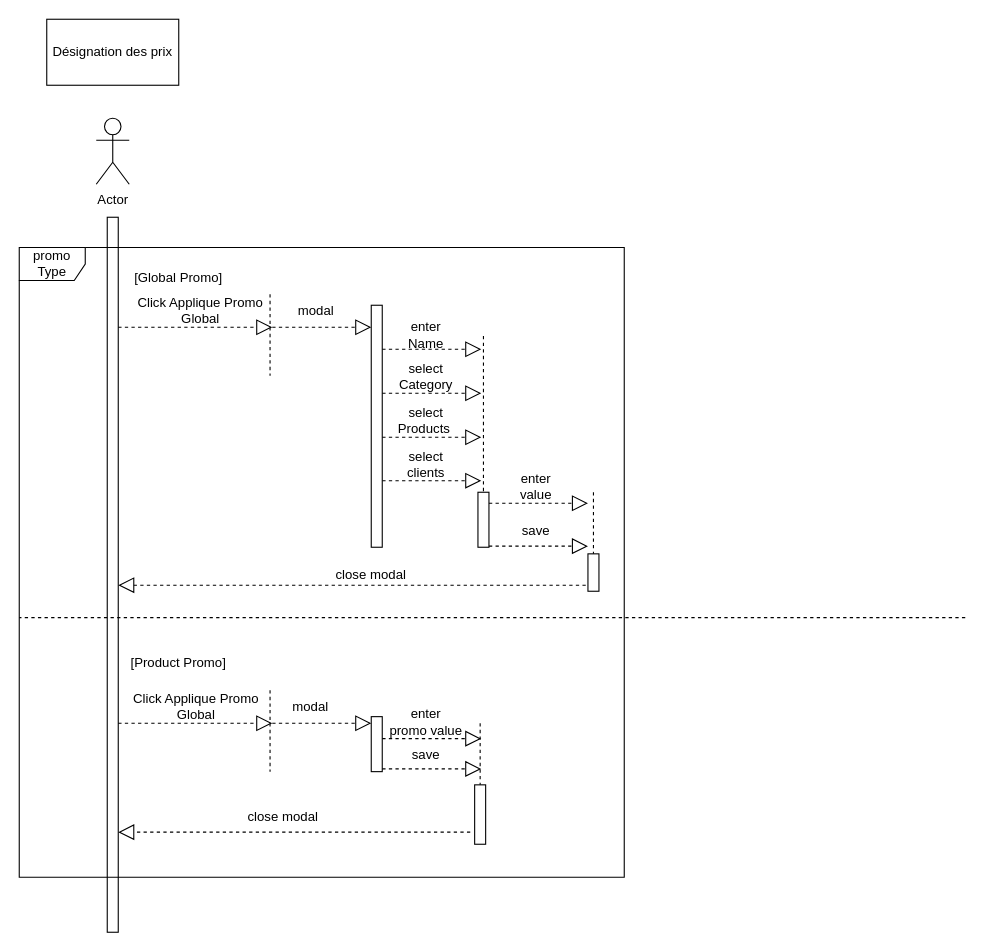
This is add identification to PrixPromo Diagram.drawio from hbenflouka/diagrames, a draw.io file, before an edit. Source tidied: cells renumbered, new cells numbered last; positions are measured from the earlier drawing's top-left corner, leaving out a move shared by most shapes. Both pictures are drawn from the tidied source at 110%, with x=0, y=0 at pixel (19, 19).
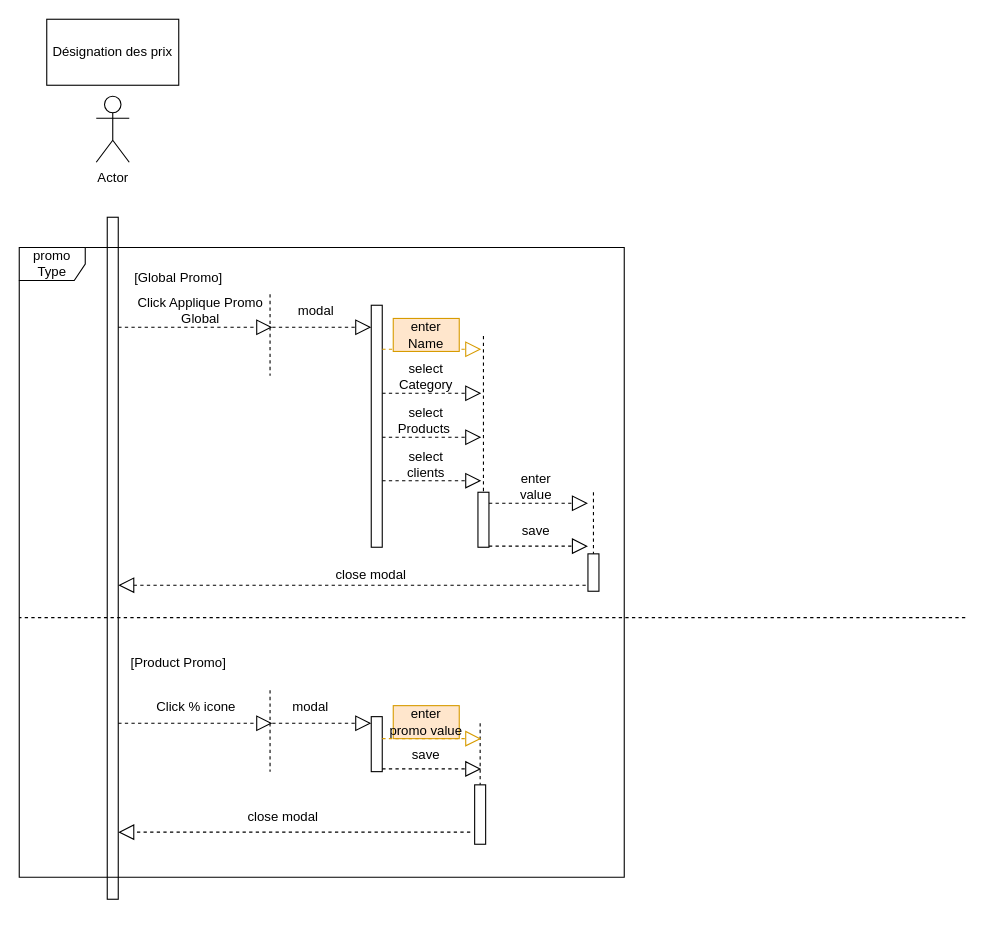
The same page after the edit.

What changed in the source:
```diff
@@
     <mxCell id="3" value="Actor" style="shape=umlActor;verticalLabelPosition=bottom;verticalAlign=top;html=1;" parent="1" vertex="1">
-      <mxGeometry x="70" y="90" width="30" height="60" as="geometry" />
+      <mxGeometry x="70" y="70" width="30" height="60" as="geometry" />
     </mxCell>
     <mxCell id="4" style="html=1;perimeter=orthogonalPerimeter;" parent="1" vertex="1">
-      <mxGeometry x="80" y="180" width="10" height="650" as="geometry" />
+      <mxGeometry x="80" y="180" width="10" height="620" as="geometry" />
     </mxCell>
@@
-    <mxCell id="14" style="endArrow=block;dashed=1;endFill=0;endSize=12;html=1;rounded=0;sketch=0;strokeColor=default;" parent="1" edge="1">
+    <mxCell id="14" style="endArrow=block;dashed=1;endFill=0;endSize=12;html=1;rounded=0;sketch=0;strokeColor=#d79b00;fillColor=#ffe6cc;" parent="1" edge="1">
       <mxGeometry relative="1" as="geometry">
         <mxPoint x="330" y="300" as="sourcePoint" />
         <mxPoint x="420" y="300" as="targetPoint" />
       </mxGeometry>
     </mxCell>
@@
-    <mxCell id="20" value="enter Name" style="text;html=1;strokeColor=none;fillColor=none;align=center;verticalAlign=middle;whiteSpace=wrap;rounded=0;" parent="1" vertex="1">
+    <mxCell id="20" value="enter Name" style="text;html=1;strokeColor=#d79b00;fillColor=#ffe6cc;align=center;verticalAlign=middle;whiteSpace=wrap;rounded=0;" parent="1" vertex="1">
       <mxGeometry x="340" y="272" width="60" height="30" as="geometry" />
     </mxCell>
@@
-    <mxCell id="33" value="Click Applique Promo Global" style="text;html=1;strokeColor=none;fillColor=none;align=center;verticalAlign=middle;whiteSpace=wrap;rounded=0;" parent="1" vertex="1">
+    <mxCell id="33" value="Click % icone" style="text;html=1;strokeColor=none;fillColor=none;align=center;verticalAlign=middle;whiteSpace=wrap;rounded=0;" parent="1" vertex="1">
       <mxGeometry x="96" y="610" width="130" height="30" as="geometry" />
     </mxCell>
@@
-    <mxCell id="39" value="enter promo&amp;nbsp;value" style="text;html=1;strokeColor=none;fillColor=none;align=center;verticalAlign=middle;whiteSpace=wrap;rounded=0;" parent="1" vertex="1">
+    <mxCell id="39" value="enter promo&amp;nbsp;value" style="text;html=1;strokeColor=#d79b00;fillColor=#ffe6cc;align=center;verticalAlign=middle;whiteSpace=wrap;rounded=0;" parent="1" vertex="1">
       <mxGeometry x="340" y="624" width="60" height="30" as="geometry" />
     </mxCell>
@@
-    <mxCell id="46" style="endArrow=block;dashed=1;endFill=0;endSize=12;html=1;rounded=0;sketch=0;strokeColor=default;" parent="1" edge="1">
+    <mxCell id="46" style="endArrow=block;dashed=1;endFill=0;endSize=12;html=1;rounded=0;sketch=0;strokeColor=#d79b00;fillColor=#ffe6cc;" parent="1" edge="1">
       <mxGeometry relative="1" as="geometry">
         <mxPoint x="330" y="654" as="sourcePoint" />
         <mxPoint x="420" y="654" as="targetPoint" />
       </mxGeometry>
     </mxCell>
```
